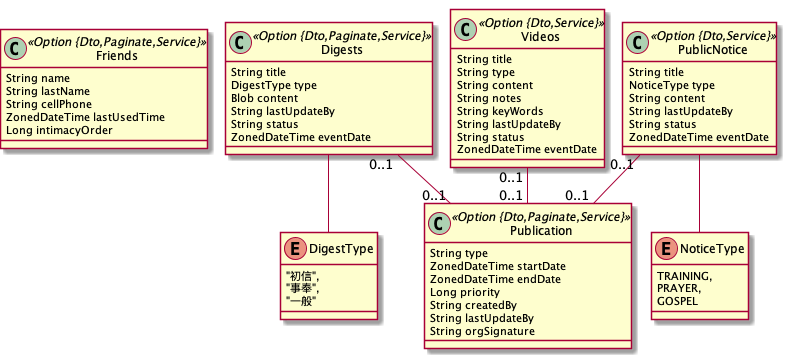
Before: churchApp.png, a diagram exported from PlantUML (smithsun/churchApp). Source of this version:
```plantuml
@startuml
	!pragma graphviz_dot jdot
	!pragma syntax class
	class Friends <<Option {Dto,Paginate,Service}>> {
		String name
		String lastName
		String cellPhone
		ZonedDateTime lastUsedTime
		Long intimacyOrder
	}
	class Publication <<Option {Dto,Paginate,Service}>> {
		String type
		ZonedDateTime startDate
		ZonedDateTime endDate
		Long priority
		String createdBy
		String lastUpdateBy
		String orgSignature
	}
	class Digests <<Option {Dto,Paginate,Service}>> {
		String title
		DigestType type
		Blob content
		String lastUpdateBy
		String status
		ZonedDateTime eventDate
	}
	Digests ..> DigestType
	class PublicNotice <<Option {Dto,Service}>> {
		String title
		NoticeType type
		String content
		String lastUpdateBy
		String status
		ZonedDateTime eventDate
	}
	PublicNotice ..> NoticeType
	enum NoticeType {
		TRAINING,
		PRAYER,
		GOSPEL
	}
	enum DigestType {
		"初信",
		"事奉",
		"一般"
	}
	class Videos <<Option {Dto,Service}>> {
		String title
		String type
		String content
		String notes
		String keyWords
		String lastUpdateBy
		String status
		ZonedDateTime eventDate
	}
	Digests  "0..1 " -- "0..1 "  Publication
	PublicNotice  "0..1 " -- "0..1 "  Publication
	Videos  "0..1 " -- "0..1 "  Publication
@enduml
```
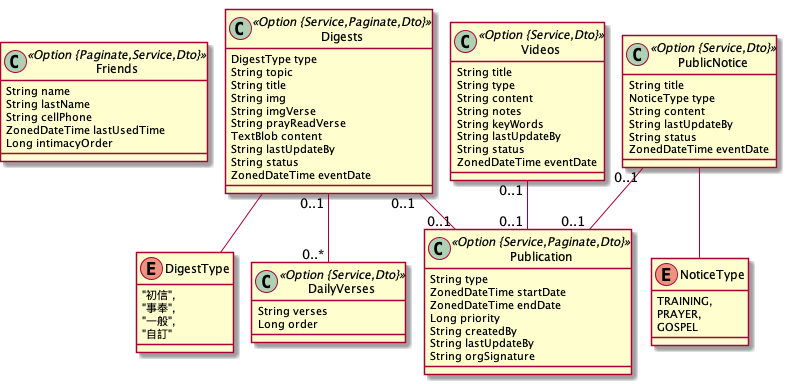
The same file after the commit.

Diff of the diagram source:
```diff
@@ -1,14 +1,14 @@
 @startuml
 	!pragma graphviz_dot jdot
 	!pragma syntax class
-	class Friends <<Option {Dto,Paginate,Service}>> {
+	class Friends <<Option {Paginate,Service,Dto}>> {
 		String name
 		String lastName
 		String cellPhone
 		ZonedDateTime lastUsedTime
 		Long intimacyOrder
 	}
-	class Publication <<Option {Dto,Paginate,Service}>> {
+	class Publication <<Option {Service,Paginate,Dto}>> {
 		String type
 		ZonedDateTime startDate
 		ZonedDateTime endDate
@@ -17,16 +17,24 @@
 		String lastUpdateBy
 		String orgSignature
 	}
-	class Digests <<Option {Dto,Paginate,Service}>> {
+	class Digests <<Option {Service,Paginate,Dto}>> {
+		DigestType type
+		String topic
 		String title
-		DigestType type
-		Blob content
+		String img
+		String imgVerse
+		String prayReadVerse
+		TextBlob content
 		String lastUpdateBy
 		String status
 		ZonedDateTime eventDate
 	}
 	Digests ..> DigestType
-	class PublicNotice <<Option {Dto,Service}>> {
+	class DailyVerses <<Option {Service,Dto}>> {
+		String verses
+		Long order
+	}
+	class PublicNotice <<Option {Service,Dto}>> {
 		String title
 		NoticeType type
 		String content
@@ -43,9 +51,10 @@
 	enum DigestType {
 		"初信",
 		"事奉",
-		"一般"
+		"一般",
+		"自訂"
 	}
-	class Videos <<Option {Dto,Service}>> {
+	class Videos <<Option {Service,Dto}>> {
 		String title
 		String type
 		String content
@@ -58,4 +67,5 @@
 	Digests  "0..1 " -- "0..1 "  Publication
 	PublicNotice  "0..1 " -- "0..1 "  Publication
 	Videos  "0..1 " -- "0..1 "  Publication
+	Digests  "0..1 " --o "0..* "  DailyVerses
 @enduml
```
